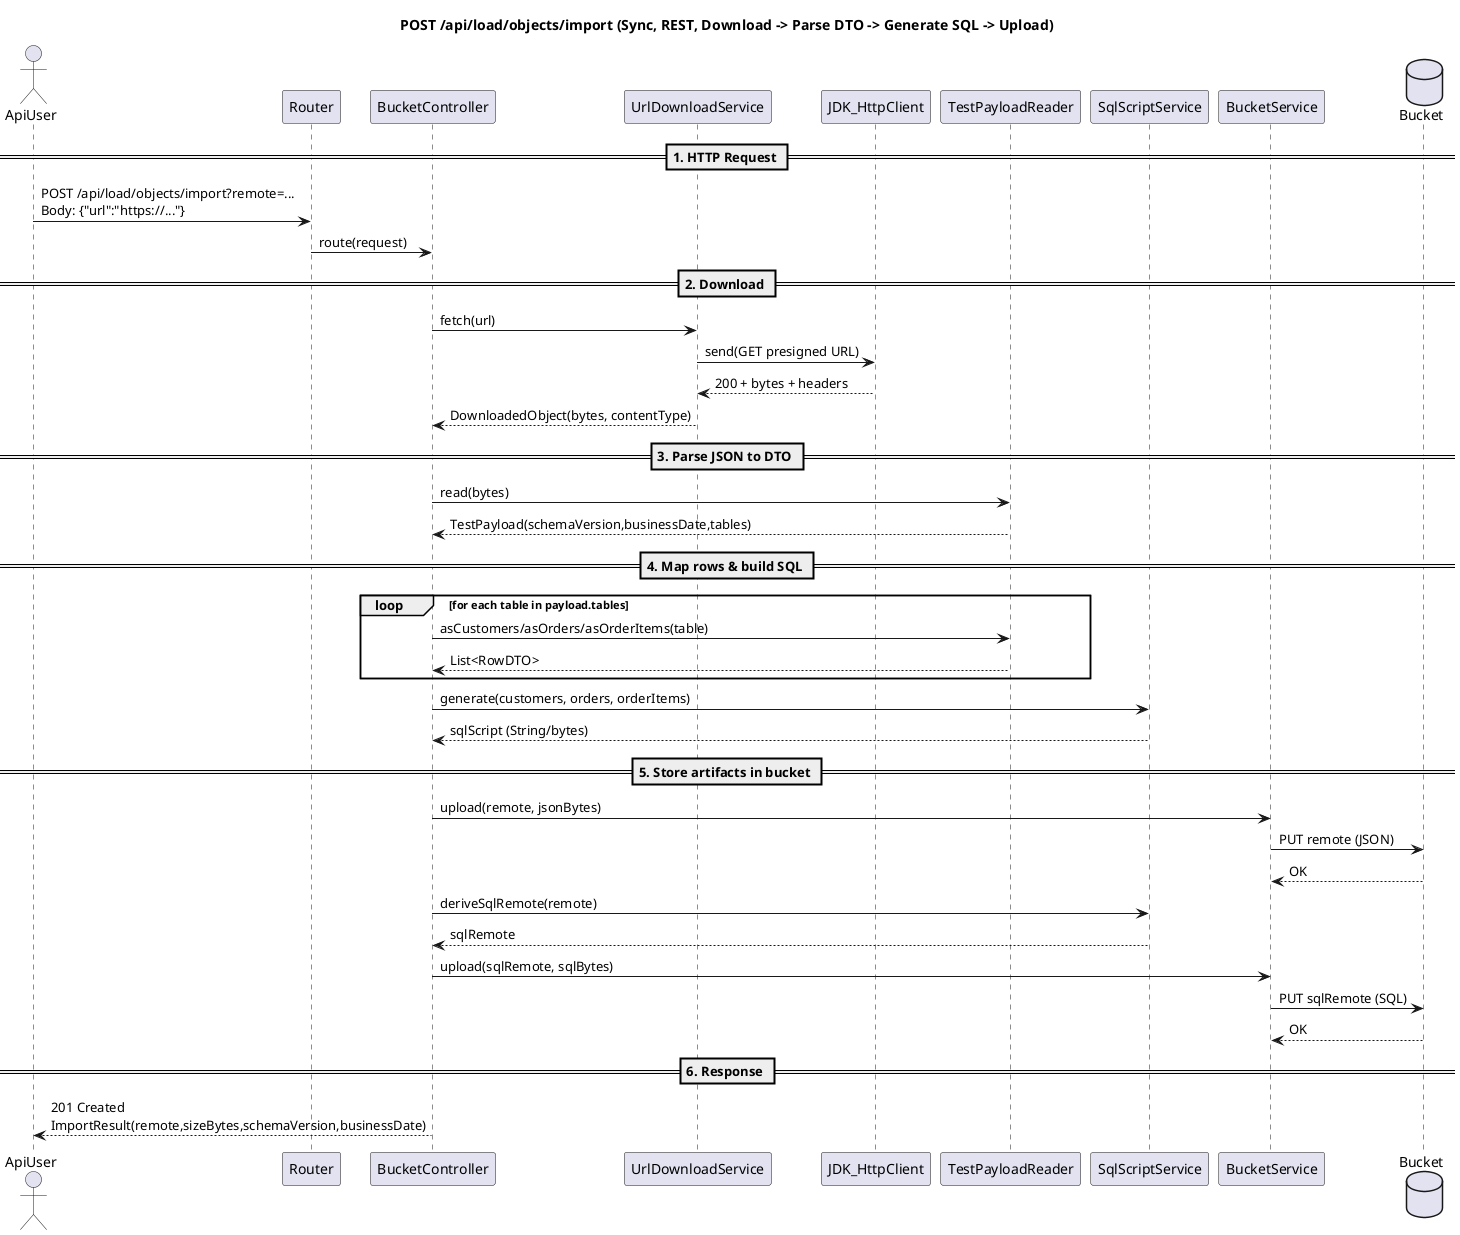
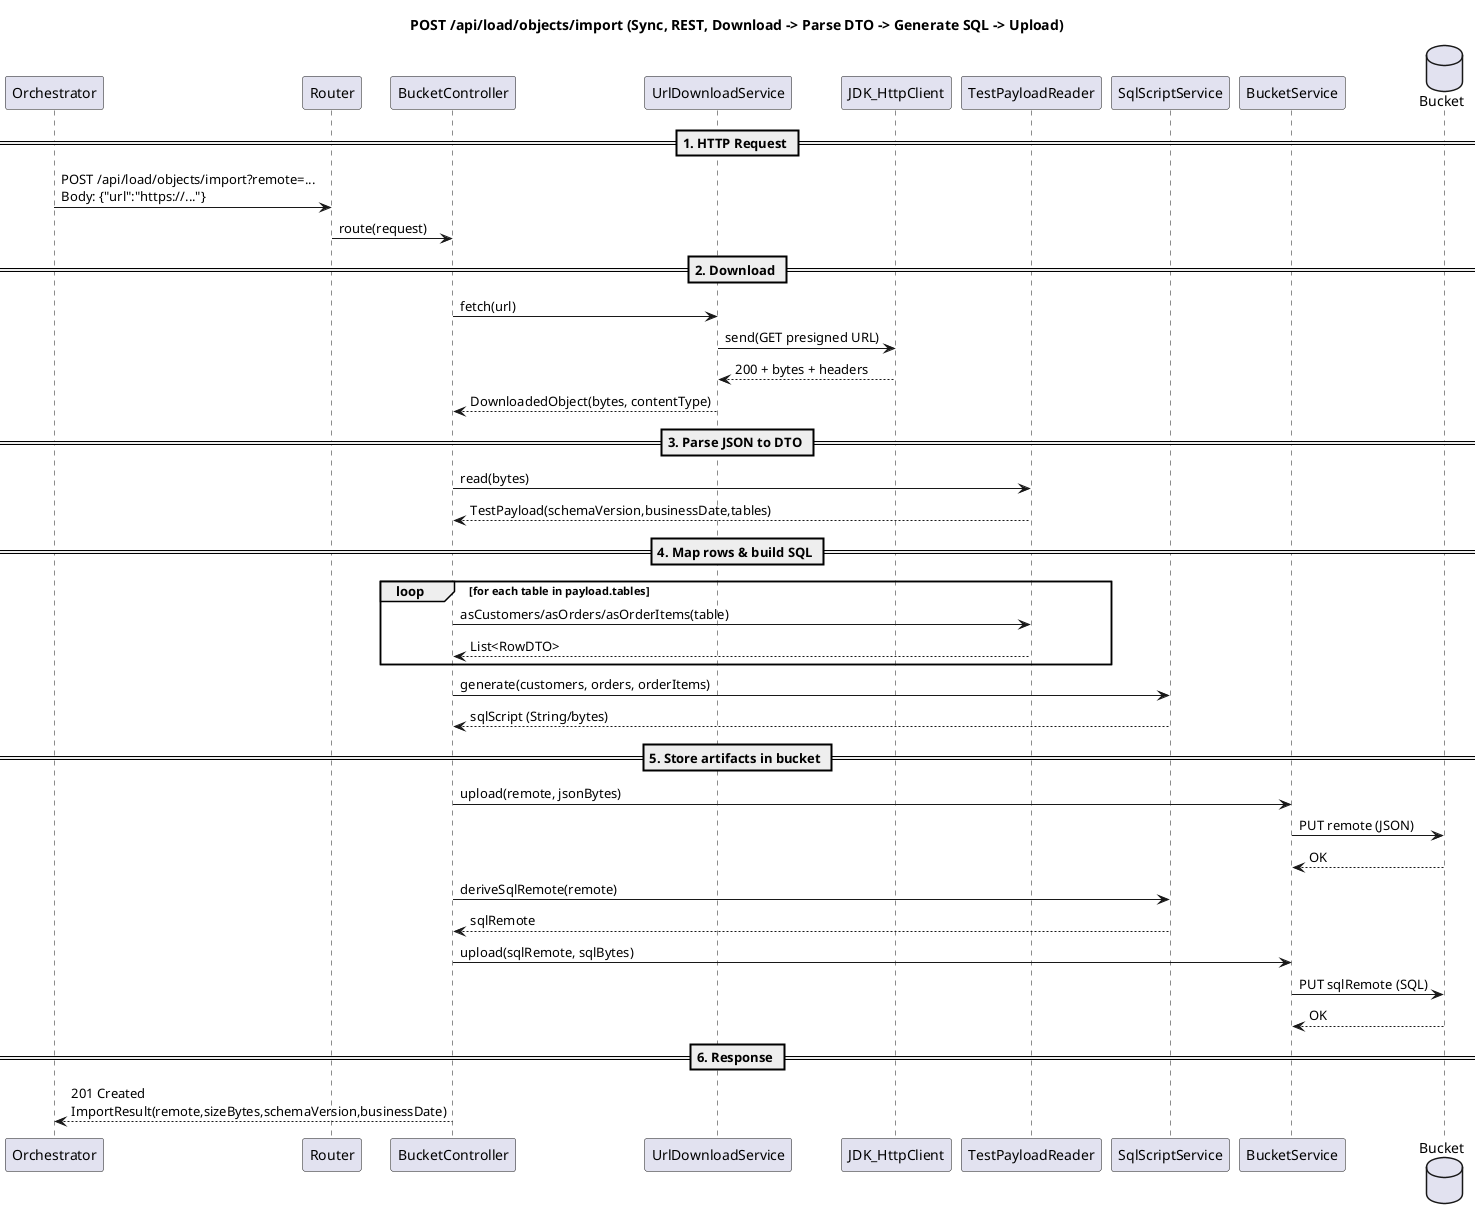
@startuml
title POST /api/load/objects/import (Sync, REST, Download -> Parse DTO -> Generate SQL -> Upload)

- actor ApiUser
+ participant Orchestrator
participant Router
participant BucketController as Controller
participant UrlDownloadService
participant JDK_HttpClient as HttpClient
participant TestPayloadReader
participant SqlScriptService
participant BucketService
database Bucket as ObjectBucket

== 1. HTTP Request ==
- ApiUser -> Router: POST /api/load/objects/import?remote=...\nBody: {"url":"https://..."}
+ Orchestrator -> Router: POST /api/load/objects/import?remote=...\nBody: {"url":"https://..."}
Router -> Controller: route(request)

== 2. Download ==
Controller -> UrlDownloadService: fetch(url)
UrlDownloadService -> HttpClient: send(GET presigned URL)
HttpClient --> UrlDownloadService: 200 + bytes + headers
UrlDownloadService --> Controller: DownloadedObject(bytes, contentType)

== 3. Parse JSON to DTO ==
Controller -> TestPayloadReader: read(bytes)
TestPayloadReader --> Controller: TestPayload(schemaVersion,businessDate,tables)

== 4. Map rows & build SQL ==
loop for each table in payload.tables
  Controller -> TestPayloadReader: asCustomers/asOrders/asOrderItems(table)
  TestPayloadReader --> Controller: List<RowDTO>
end
Controller -> SqlScriptService: generate(customers, orders, orderItems)
SqlScriptService --> Controller: sqlScript (String/bytes)

== 5. Store artifacts in bucket ==
Controller -> BucketService: upload(remote, jsonBytes)
BucketService -> ObjectBucket: PUT remote (JSON)
ObjectBucket --> BucketService: OK

Controller -> SqlScriptService: deriveSqlRemote(remote)
SqlScriptService --> Controller: sqlRemote

Controller -> BucketService: upload(sqlRemote, sqlBytes)
BucketService -> ObjectBucket: PUT sqlRemote (SQL)
ObjectBucket --> BucketService: OK

== 6. Response ==
- Controller --> ApiUser: 201 Created\nImportResult(remote,sizeBytes,schemaVersion,businessDate)
+ Controller --> Orchestrator: 201 Created\nImportResult(remote,sizeBytes,schemaVersion,businessDate)

@enduml